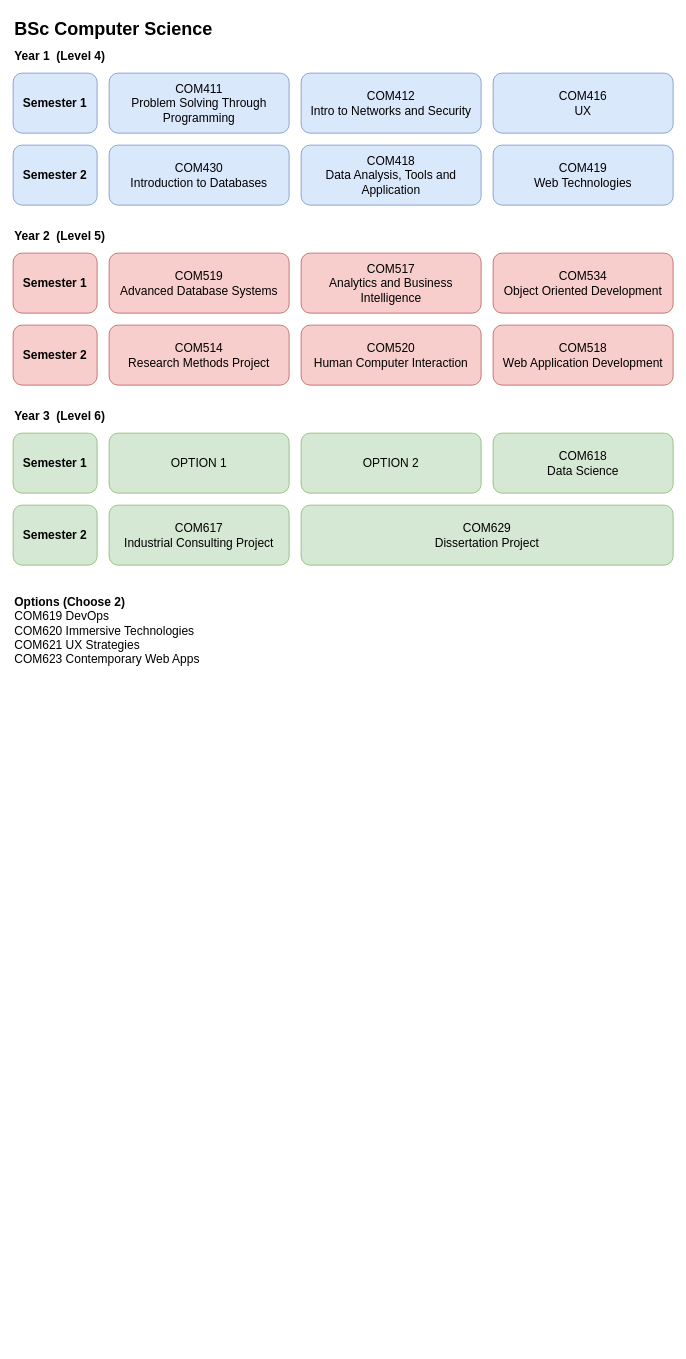
Before: page "BSc Computing" (1 of 4) of ALL_UG_2023.drawio in martinsolent/solent_diagrams, a draw.io diagram. Source tidied: cells renumbered, new cells numbered last; positions are measured from the earlier drawing's top-left corner, leaving out a move shared by most shapes. Both pictures are drawn from the tidied source at 75%, with x=0, y=0 at pixel (13, 13).
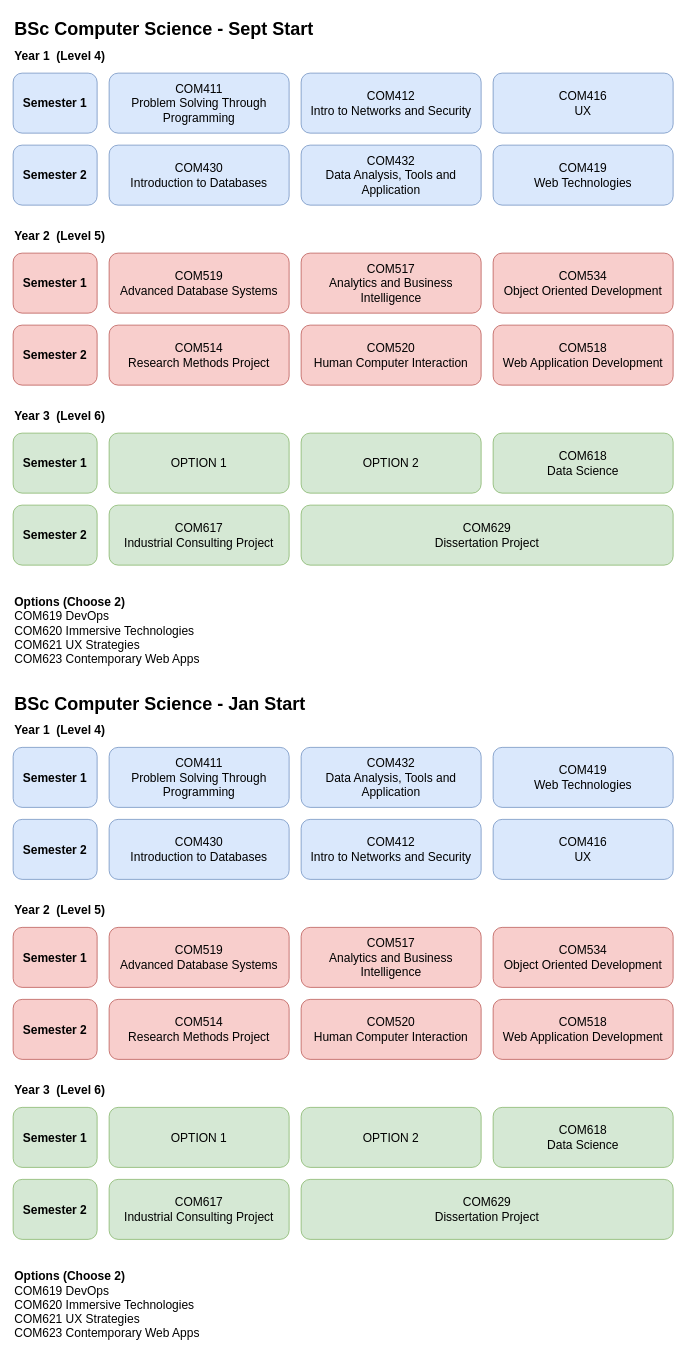
The same page after the edit.

The edit, as a diff of the source:
```diff
@@
-    <mxCell id="7" value="&lt;font style=&quot;font-size: 16px;&quot;&gt;COM418&lt;br&gt;Data Analysis, Tools and Application &lt;/font&gt;" style="rounded=1;whiteSpace=wrap;html=1;fillColor=#dae8fc;strokeColor=#6c8ebf;" parent="1" vertex="1">
+    <mxCell id="7" value="&lt;font style=&quot;font-size: 16px;&quot;&gt;COM432&lt;br&gt;Data Analysis, Tools and Application &lt;/font&gt;" style="rounded=1;whiteSpace=wrap;html=1;fillColor=#dae8fc;strokeColor=#6c8ebf;" parent="1" vertex="1">
       <mxGeometry x="384" y="176" width="240" height="80" as="geometry" />
     </mxCell>
@@
-    <mxCell id="10" value="&lt;font style=&quot;font-size: 24px;&quot;&gt;&lt;b&gt;BSc Computer Science&lt;/b&gt;&lt;/font&gt;" style="text;html=1;align=left;verticalAlign=middle;strokeColor=none;fillColor=none;" parent="1" vertex="1">
-      <mxGeometry width="288" height="44" as="geometry" />
+    <mxCell id="10" value="&lt;font style=&quot;font-size: 24px;&quot;&gt;&lt;b&gt;BSc Computer Science - Sept Start&lt;/b&gt;&lt;/font&gt;" style="text;html=1;align=left;verticalAlign=middle;strokeColor=none;fillColor=none;" parent="1" vertex="1">
+      <mxGeometry width="420" height="44" as="geometry" />
     </mxCell>
@@
+    <mxCell id="30" value="&lt;font style=&quot;font-size: 16px;&quot;&gt;&lt;b&gt;Semester 2&lt;/b&gt;&lt;/font&gt;" style="rounded=1;whiteSpace=wrap;html=1;fillColor=#dae8fc;strokeColor=#6c8ebf;" parent="1" vertex="1">
+      <mxGeometry y="1075" width="112" height="80" as="geometry" />
+    </mxCell>
+    <mxCell id="31" value="&lt;font style=&quot;font-size: 16px;&quot;&gt;COM411 &lt;br&gt;Problem Solving Through Programming&lt;/font&gt;" style="rounded=1;whiteSpace=wrap;html=1;fillColor=#dae8fc;strokeColor=#6c8ebf;" parent="1" vertex="1">
+      <mxGeometry x="128" y="979" width="240" height="80" as="geometry" />
+    </mxCell>
+    <mxCell id="32" value="&lt;font style=&quot;font-size: 16px;&quot;&gt;COM416&lt;br&gt;UX&lt;/font&gt;" style="rounded=1;whiteSpace=wrap;html=1;fillColor=#dae8fc;strokeColor=#6c8ebf;" parent="1" vertex="1">
+      <mxGeometry x="640" y="1075" width="240" height="80" as="geometry" />
+    </mxCell>
+    <mxCell id="33" value="&lt;font style=&quot;font-size: 16px;&quot;&gt;COM412 &lt;br&gt;Intro to Networks and Security&lt;/font&gt;" style="rounded=1;whiteSpace=wrap;html=1;fillColor=#dae8fc;strokeColor=#6c8ebf;" parent="1" vertex="1">
+      <mxGeometry x="384" y="1075" width="240" height="80" as="geometry" />
+    </mxCell>
+    <mxCell id="34" value="&lt;font style=&quot;font-size: 16px;&quot;&gt;COM430&lt;br&gt;Introduction to Databases&lt;/font&gt;" style="rounded=1;whiteSpace=wrap;html=1;fillColor=#dae8fc;strokeColor=#6c8ebf;" parent="1" vertex="1">
+      <mxGeometry x="128" y="1075" width="240" height="80" as="geometry" />
+    </mxCell>
+    <mxCell id="35" value="&lt;font style=&quot;font-size: 16px;&quot;&gt;COM432&lt;br&gt;Data Analysis, Tools and Application &lt;/font&gt;" style="rounded=1;whiteSpace=wrap;html=1;fillColor=#dae8fc;strokeColor=#6c8ebf;" parent="1" vertex="1">
+      <mxGeometry x="384" y="979" width="240" height="80" as="geometry" />
+    </mxCell>
+    <mxCell id="36" value="&lt;font style=&quot;font-size: 16px;&quot;&gt;COM419&lt;br&gt;Web Technologies&lt;/font&gt;" style="rounded=1;whiteSpace=wrap;html=1;fillColor=#dae8fc;strokeColor=#6c8ebf;" parent="1" vertex="1">
+      <mxGeometry x="640" y="979" width="240" height="80" as="geometry" />
+    </mxCell>
+    <mxCell id="37" value="&lt;font style=&quot;font-size: 16px;&quot;&gt;&lt;b&gt;Semester 1&lt;/b&gt;&lt;/font&gt;" style="rounded=1;whiteSpace=wrap;html=1;fillColor=#dae8fc;strokeColor=#6c8ebf;" parent="1" vertex="1">
+      <mxGeometry y="979" width="112" height="80" as="geometry" />
+    </mxCell>
+    <mxCell id="38" value="&lt;font style=&quot;font-size: 24px;&quot;&gt;&lt;b&gt;BSc Computer Science - Jan Start&lt;/b&gt;&lt;/font&gt;" style="text;html=1;align=left;verticalAlign=middle;strokeColor=none;fillColor=none;" parent="1" vertex="1">
+      <mxGeometry y="899" width="412" height="44" as="geometry" />
+    </mxCell>
+    <mxCell id="39" value="&lt;font style=&quot;font-size: 16px;&quot;&gt;&lt;b&gt;Year 1&amp;nbsp; (Level 4)&lt;/b&gt;&lt;/font&gt;" style="text;html=1;align=left;verticalAlign=middle;strokeColor=none;fillColor=none;" parent="1" vertex="1">
+      <mxGeometry y="940" width="144" height="32" as="geometry" />
+    </mxCell>
+    <mxCell id="40" value="&lt;font style=&quot;font-size: 16px;&quot;&gt;&lt;b&gt;Semester 2&lt;/b&gt;&lt;/font&gt;" style="rounded=1;whiteSpace=wrap;html=1;fillColor=#f8cecc;strokeColor=#b85450;" parent="1" vertex="1">
+      <mxGeometry y="1315" width="112" height="80" as="geometry" />
+    </mxCell>
+    <mxCell id="41" value="&lt;font style=&quot;font-size: 16px;&quot;&gt;COM519&lt;br&gt;Advanced Database Systems&lt;/font&gt;" style="rounded=1;whiteSpace=wrap;html=1;fillColor=#f8cecc;strokeColor=#b85450;" parent="1" vertex="1">
+      <mxGeometry x="128" y="1219" width="240" height="80" as="geometry" />
+    </mxCell>
+    <mxCell id="42" value="&lt;font style=&quot;font-size: 16px;&quot;&gt;COM534&lt;br&gt;Object Oriented Development&lt;/font&gt;" style="rounded=1;whiteSpace=wrap;html=1;fillColor=#f8cecc;strokeColor=#b85450;" parent="1" vertex="1">
+      <mxGeometry x="640" y="1219" width="240" height="80" as="geometry" />
+    </mxCell>
+    <mxCell id="43" value="&lt;font style=&quot;font-size: 16px;&quot;&gt;COM517 &lt;br&gt;Analytics and Business Intelligence&lt;/font&gt;" style="rounded=1;whiteSpace=wrap;html=1;fillColor=#f8cecc;strokeColor=#b85450;" parent="1" vertex="1">
+      <mxGeometry x="384" y="1219" width="240" height="80" as="geometry" />
+    </mxCell>
+    <mxCell id="44" value="&lt;font style=&quot;font-size: 16px;&quot;&gt;COM514&lt;br&gt;Research Methods Project&lt;/font&gt;" style="rounded=1;whiteSpace=wrap;html=1;fillColor=#f8cecc;strokeColor=#b85450;" parent="1" vertex="1">
+      <mxGeometry x="128" y="1315" width="240" height="80" as="geometry" />
+    </mxCell>
+    <mxCell id="45" value="&lt;font style=&quot;font-size: 16px;&quot;&gt;COM520&lt;br&gt;Human Computer Interaction&lt;/font&gt;" style="rounded=1;whiteSpace=wrap;html=1;fillColor=#f8cecc;strokeColor=#b85450;" parent="1" vertex="1">
+      <mxGeometry x="384" y="1315" width="240" height="80" as="geometry" />
+    </mxCell>
+    <mxCell id="46" value="&lt;font style=&quot;font-size: 16px;&quot;&gt;COM518&lt;br&gt;Web Application Development&lt;/font&gt;" style="rounded=1;whiteSpace=wrap;html=1;fillColor=#f8cecc;strokeColor=#b85450;" parent="1" vertex="1">
+      <mxGeometry x="640" y="1315" width="240" height="80" as="geometry" />
+    </mxCell>
+    <mxCell id="47" value="&lt;font style=&quot;font-size: 16px;&quot;&gt;&lt;b&gt;Semester 1&lt;/b&gt;&lt;/font&gt;" style="rounded=1;whiteSpace=wrap;html=1;fillColor=#f8cecc;strokeColor=#b85450;" parent="1" vertex="1">
+      <mxGeometry y="1219" width="112" height="80" as="geometry" />
+    </mxCell>
+    <mxCell id="48" value="&lt;font style=&quot;font-size: 16px;&quot;&gt;&lt;b&gt;Year 2&amp;nbsp; (Level 5)&lt;/b&gt;&lt;/font&gt;" style="text;html=1;align=left;verticalAlign=middle;strokeColor=none;fillColor=none;" parent="1" vertex="1">
+      <mxGeometry y="1180" width="144" height="32" as="geometry" />
+    </mxCell>
+    <mxCell id="49" value="&lt;font style=&quot;font-size: 16px;&quot;&gt;&lt;b&gt;Semester 2&lt;/b&gt;&lt;/font&gt;" style="rounded=1;whiteSpace=wrap;html=1;fillColor=#d5e8d4;strokeColor=#82b366;" parent="1" vertex="1">
+      <mxGeometry y="1555" width="112" height="80" as="geometry" />
+    </mxCell>
+    <mxCell id="50" value="&lt;span style=&quot;font-size: 16px;&quot;&gt;OPTION 1&lt;/span&gt;" style="rounded=1;whiteSpace=wrap;html=1;fillColor=#d5e8d4;strokeColor=#82b366;" parent="1" vertex="1">
+      <mxGeometry x="128" y="1459" width="240" height="80" as="geometry" />
+    </mxCell>
+    <mxCell id="51" value="&lt;font style=&quot;font-size: 16px;&quot;&gt;COM618&lt;br&gt;Data Science&lt;/font&gt;" style="rounded=1;whiteSpace=wrap;html=1;fillColor=#d5e8d4;strokeColor=#82b366;" parent="1" vertex="1">
+      <mxGeometry x="640" y="1459" width="240" height="80" as="geometry" />
+    </mxCell>
+    <mxCell id="52" value="&lt;span style=&quot;font-size: 16px;&quot;&gt;OPTION 2&lt;/span&gt;" style="rounded=1;whiteSpace=wrap;html=1;fillColor=#d5e8d4;strokeColor=#82b366;" parent="1" vertex="1">
+      <mxGeometry x="384" y="1459" width="240" height="80" as="geometry" />
+    </mxCell>
+    <mxCell id="53" value="&lt;font style=&quot;font-size: 16px;&quot;&gt;&lt;font style=&quot;font-size: 16px;&quot;&gt;COM617&lt;br&gt;Industrial Consulting Projec&lt;/font&gt;t&lt;/font&gt;" style="rounded=1;whiteSpace=wrap;html=1;fillColor=#d5e8d4;strokeColor=#82b366;" parent="1" vertex="1">
+      <mxGeometry x="128" y="1555" width="240" height="80" as="geometry" />
+    </mxCell>
+    <mxCell id="54" value="&lt;font style=&quot;font-size: 16px;&quot;&gt;COM629&lt;br&gt;Dissertation Project &lt;/font&gt;" style="rounded=1;whiteSpace=wrap;html=1;fillColor=#d5e8d4;strokeColor=#82b366;" parent="1" vertex="1">
+      <mxGeometry x="384" y="1555" width="496" height="80" as="geometry" />
+    </mxCell>
+    <mxCell id="55" value="&lt;font style=&quot;font-size: 16px;&quot;&gt;&lt;b&gt;Semester 1&lt;/b&gt;&lt;/font&gt;" style="rounded=1;whiteSpace=wrap;html=1;fillColor=#d5e8d4;strokeColor=#82b366;" parent="1" vertex="1">
+      <mxGeometry y="1459" width="112" height="80" as="geometry" />
+    </mxCell>
+    <mxCell id="56" value="&lt;font style=&quot;font-size: 16px;&quot;&gt;&lt;b&gt;Year 3&amp;nbsp; (Level 6)&lt;/b&gt;&lt;/font&gt;" style="text;html=1;align=left;verticalAlign=middle;strokeColor=none;fillColor=none;" parent="1" vertex="1">
+      <mxGeometry y="1420" width="144" height="32" as="geometry" />
+    </mxCell>
+    <mxCell id="57" value="&lt;font style=&quot;font-size: 16px;&quot;&gt;&lt;b&gt;Options (Choose 2)&lt;/b&gt;&lt;br&gt;COM619 DevOps &lt;br&gt;COM620 Immersive Technologies&lt;br&gt;COM621 UX Strategies&lt;br&gt;COM623 Contemporary Web Apps&lt;br&gt;&lt;/font&gt;" style="text;html=1;align=left;verticalAlign=middle;strokeColor=none;fillColor=none;" parent="1" vertex="1">
+      <mxGeometry y="1666" width="268" height="112" as="geometry" />
+    </mxCell>
```
